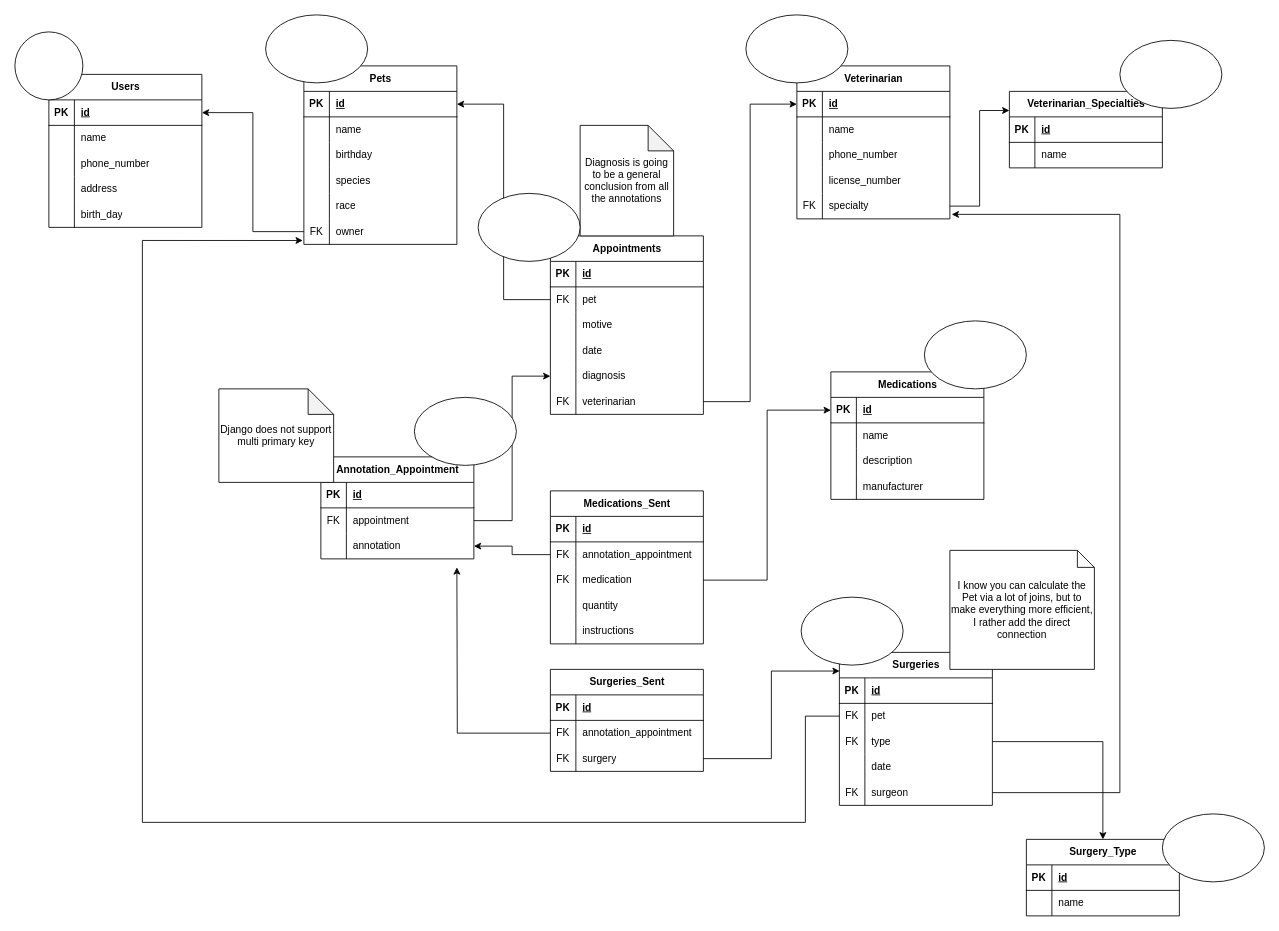
The draw.io diagram DB_diagram.drawio in Laughcheeta1/VeterinaryPythonPracticalCourse, before the edit. Source tidied: cells renumbered, new cells numbered last; positions are measured from the earlier drawing's top-left corner, leaving out a move shared by most shapes. Both pictures are drawn from the tidied source at 85%, with x=0, y=0 at pixel (14, 14).
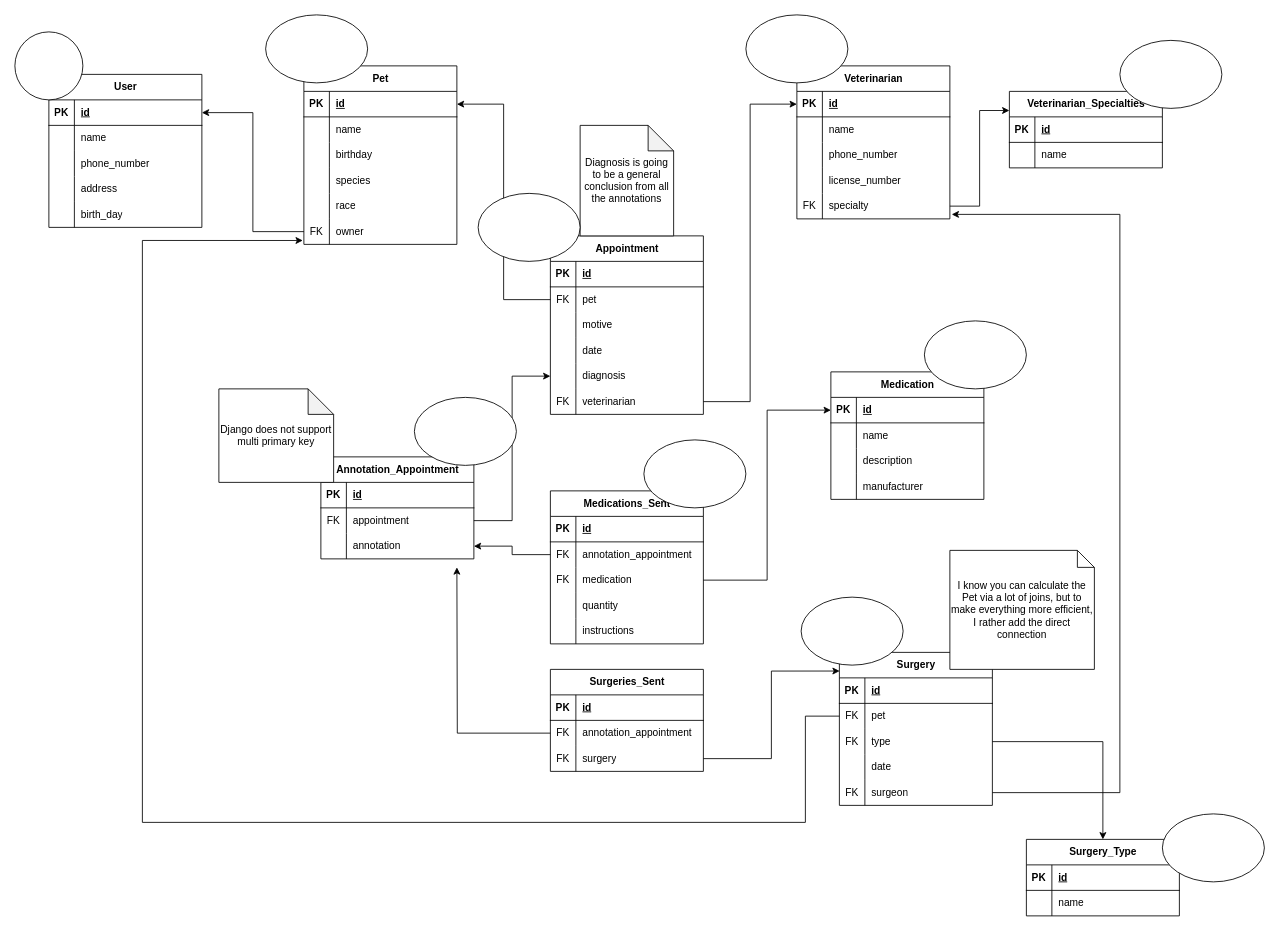
After the change.

Commit message (it also covers changes not shown here):
Created the surgeries_sent table

Change to the diagram source:
```diff
@@
-    <mxCell id="2" value="Users" style="shape=table;startSize=30;childLayout=tableLayout;rowLines=0;fontStyle=1;align=center;html=1;" parent="1" vertex="1">
+    <mxCell id="2" value="User" style="shape=table;startSize=30;childLayout=tableLayout;rowLines=0;fontStyle=1;align=center;html=1;" parent="1" vertex="1">
       <mxGeometry x="40" y="70" width="180" height="180" as="geometry" />
     </mxCell>
@@
-    <mxCell id="18" value="Pets" style="shape=table;startSize=30;childLayout=tableLayout;rowLines=0;fontStyle=1;align=center;html=1;" parent="1" vertex="1">
+    <mxCell id="18" value="Pet" style="shape=table;startSize=30;childLayout=tableLayout;rowLines=0;fontStyle=1;align=center;html=1;" parent="1" vertex="1">
       <mxGeometry x="340" y="60" width="180" height="210" as="geometry" />
     </mxCell>
@@
-    <mxCell id="37" value="Surgeries" style="shape=table;startSize=30;childLayout=tableLayout;rowLines=0;fontStyle=1;align=center;html=1;" parent="1" vertex="1">
+    <mxCell id="37" value="Surgery" style="shape=table;startSize=30;childLayout=tableLayout;rowLines=0;fontStyle=1;align=center;html=1;" parent="1" vertex="1">
       <mxGeometry x="970" y="750" width="180" height="180" as="geometry" />
     </mxCell>
@@
-    <mxCell id="53" value="Medications" style="shape=table;startSize=30;childLayout=tableLayout;rowLines=0;fontStyle=1;align=center;html=1;" parent="1" vertex="1">
+    <mxCell id="53" value="Medication" style="shape=table;startSize=30;childLayout=tableLayout;rowLines=0;fontStyle=1;align=center;html=1;" parent="1" vertex="1">
       <mxGeometry x="960" y="420" width="180" height="150" as="geometry" />
     </mxCell>
@@
-    <mxCell id="66" value="Appointments" style="shape=table;startSize=30;childLayout=tableLayout;rowLines=0;fontStyle=1;align=center;html=1;" parent="1" vertex="1">
+    <mxCell id="66" value="Appointment" style="shape=table;startSize=30;childLayout=tableLayout;rowLines=0;fontStyle=1;align=center;html=1;" parent="1" vertex="1">
       <mxGeometry x="630" y="260" width="180" height="210" as="geometry" />
     </mxCell>
@@
+    <mxCell id="175" style="ellipse;whiteSpace=wrap;html=1;" parent="1" vertex="1">
+      <mxGeometry x="740" y="500" width="120" height="80" as="geometry" />
+    </mxCell>
```
